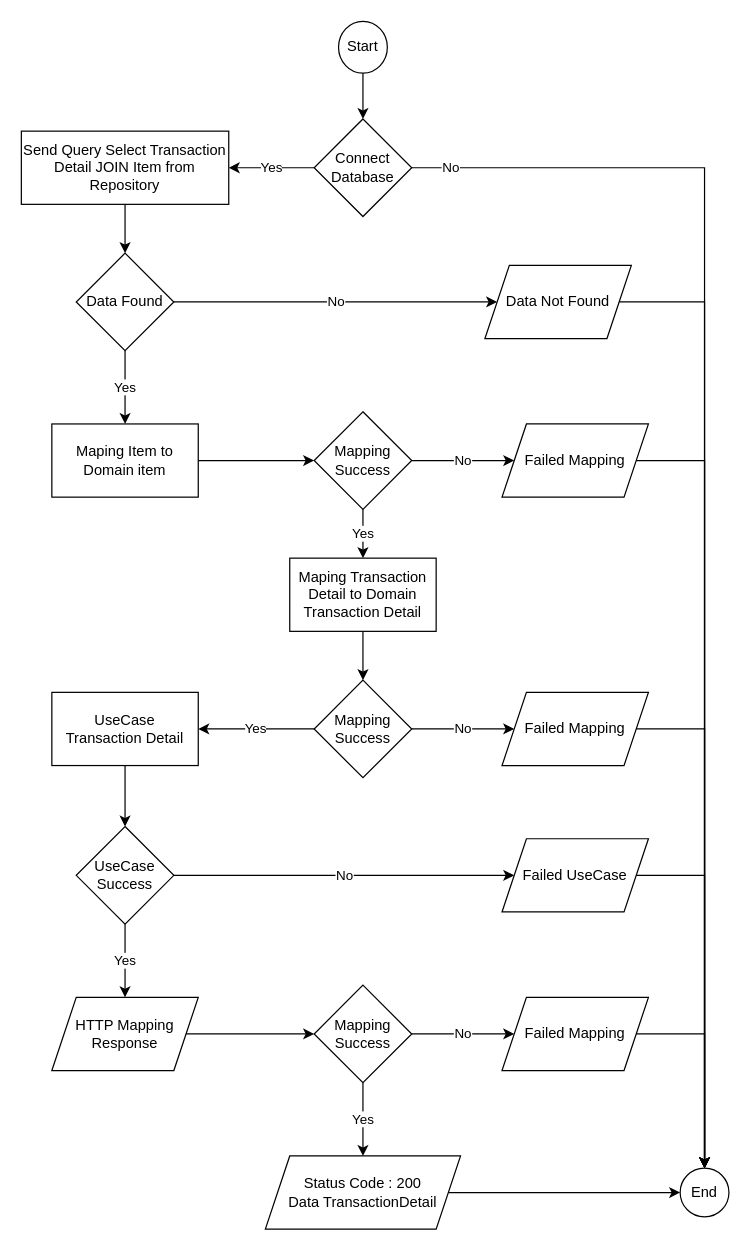
This is project/docs/transaction_detail/transaction_detail-get-flow.drawio from YogiTan00/Game-Store-Final-Project-SALT, a draw.io file, before an edit. Source tidied: cells renumbered, new cells numbered last; positions are measured from the earlier drawing's top-left corner, leaving out a move shared by most shapes. Both pictures are drawn from the tidied source at 122%, with x=0, y=0 at pixel (21, 21).
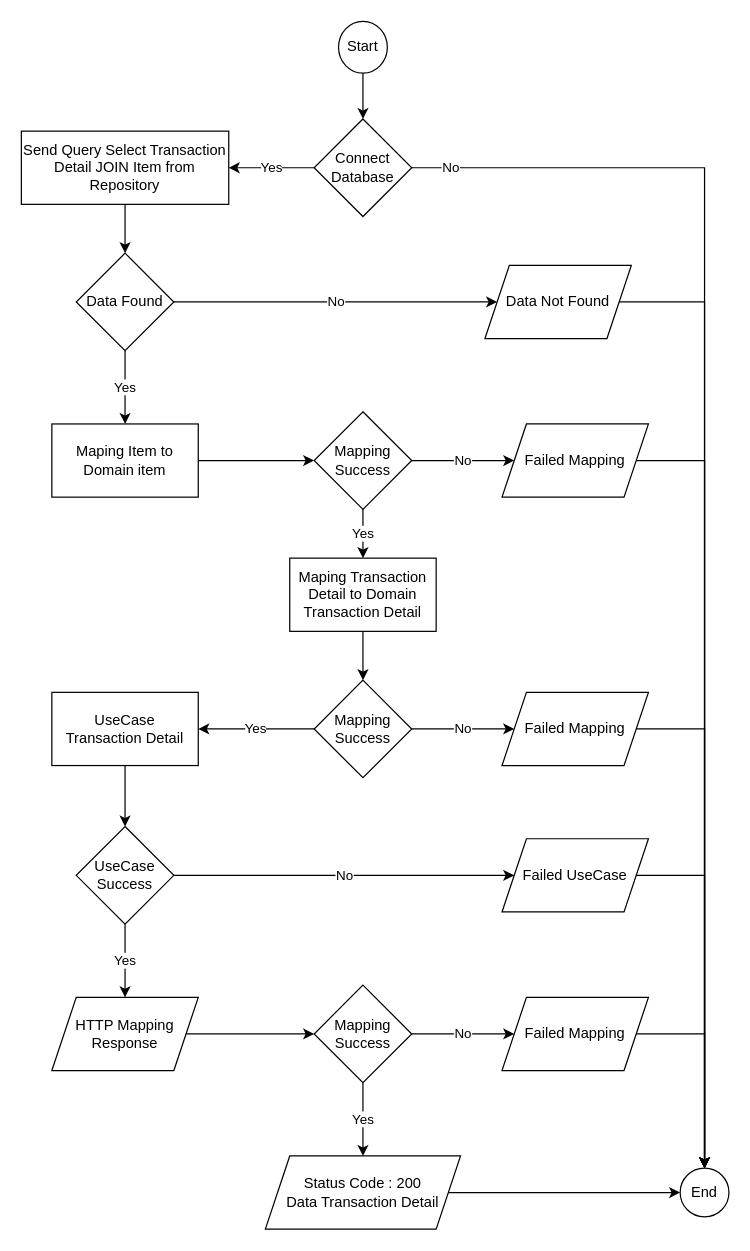
After the change.

Diff of the diagram source:
```diff
@@
-    <mxCell id="22" value="Status Code : 200&lt;br&gt;Data TransactionDetail" style="shape=parallelogram;perimeter=parallelogramPerimeter;whiteSpace=wrap;html=1;fixedSize=1;" parent="1" vertex="1">
+    <mxCell id="22" value="Status Code : 200&lt;br&gt;Data Transaction Detail" style="shape=parallelogram;perimeter=parallelogramPerimeter;whiteSpace=wrap;html=1;fixedSize=1;" parent="1" vertex="1">
       <mxGeometry x="200" y="930" width="160" height="60" as="geometry" />
     </mxCell>
```
